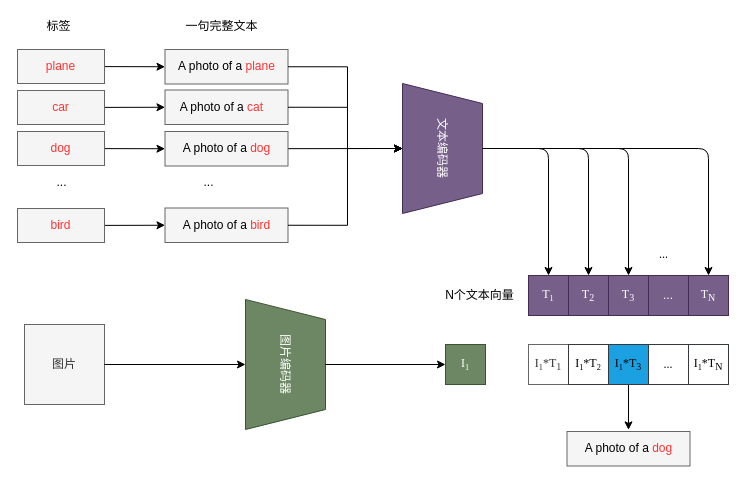
Above: docs/学习资料/img_and_drawio/clip2.drawio in donglin8506/Blog (draw.io), before the change. Source tidied: cells renumbered, new cells numbered last; positions are measured from the earlier drawing's top-left corner, leaving out a move shared by most shapes. Both pictures are drawn from the tidied source at 100%, with x=0, y=0 at pixel (17, 16).
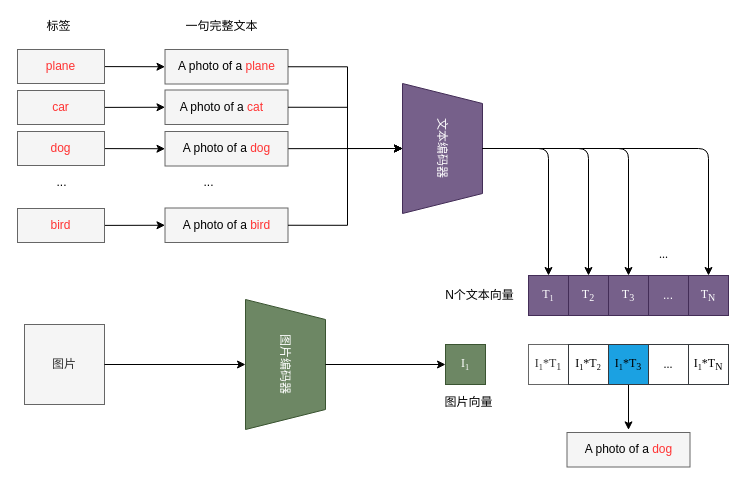
After the change.

Change to the diagram source:
```diff
@@
     <mxCell id="45" value="&lt;font color=&quot;#000000&quot;&gt;A photo of a&lt;/font&gt;&lt;font color=&quot;#ff3333&quot;&gt;&amp;nbsp;dog&lt;/font&gt;" style="rounded=0;whiteSpace=wrap;html=1;fillColor=#f5f5f5;fontColor=#333333;strokeColor=#666666;" parent="1" vertex="1">
-      <mxGeometry x="549.5" y="415" width="123" height="34.5" as="geometry" />
+      <mxGeometry x="549.5" y="416" width="123" height="34.5" as="geometry" />
     </mxCell>
+    <mxCell id="46" value="&lt;font color=&quot;#000000&quot;&gt;图片向量&lt;/font&gt;" style="text;html=1;align=center;verticalAlign=middle;strokeColor=none;fillColor=none;" parent="1" vertex="1">
+      <mxGeometry x="422" y="377" width="58" height="18" as="geometry" />
+    </mxCell>
```
